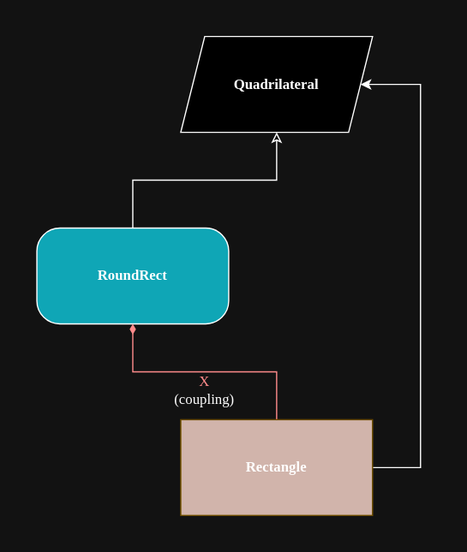
tobiasbriones/blog keeps this draw.io diagram as swe/design/cs/fp/java/canvasplay/removing-cycles-_-a-round-rectangle-is-not-a-quadrilateral-2023-12-19/product-types-are-not-orthogonal.svg. Above is the earlier version. Source tidied: cells renumbered, new cells last; positions are measured from the earlier drawing's top-left corner, leaving out a move shared by most shapes.
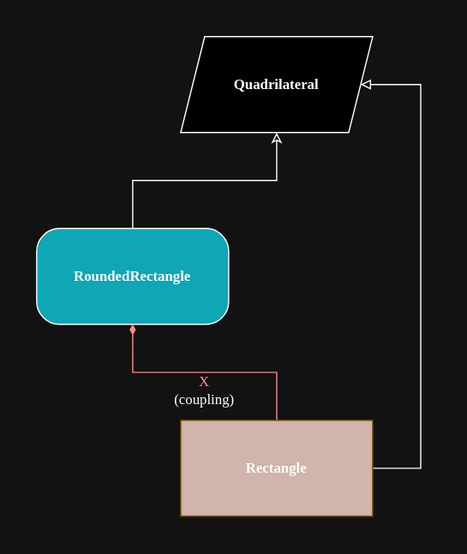
The same diagram one commit later.

Commit message:
Update product-types-are-not-orthogonal.svg with consistent names (RoundedRectangle) and fixed arrow type

Change to the diagram source:
```diff
@@ -14,7 +14,7 @@
     <mxCell id="5" style="edgeStyle=orthogonalEdgeStyle;rounded=0;jettySize=auto;html=1;entryX=0.5;entryY=1;entryDx=0;entryDy=0;endArrow=diamondThin;endFill=1;strokeColor=#D32F2F;" parent="1" edge="1" source="7" target="4">
       <mxGeometry relative="1" as="geometry" />
     </mxCell>
-    <mxCell id="6" style="edgeStyle=orthogonalEdgeStyle;rounded=0;jettySize=auto;html=1;entryX=1;entryY=0.5;entryDx=0;entryDy=0;" parent="1" edge="1" source="7" target="2">
+    <mxCell id="6" style="edgeStyle=orthogonalEdgeStyle;rounded=0;jettySize=auto;html=1;entryX=1;entryY=0.5;entryDx=0;entryDy=0;endArrow=block;endFill=0;" parent="1" edge="1" source="7" target="2">
       <mxGeometry relative="1" as="geometry">
         <Array as="points">
           <mxPoint x="320" y="360" />
@@ -28,8 +28,8 @@
     <mxCell id="8" value="Quadrilateral" style="text;html=1;strokeColor=none;fillColor=none;align=center;verticalAlign=middle;whiteSpace=wrap;rounded=0;fontFamily=Poppins;fontSource=https%3A%2F%2Ffonts.googleapis.com%2Fcss%3Ffamily%3DPoppins;fontStyle=1;" parent="1" vertex="1">
       <mxGeometry x="160" y="25" width="80" height="30" as="geometry" />
     </mxCell>
-    <mxCell id="9" value="RoundRect" style="text;html=1;strokeColor=none;fillColor=none;align=center;verticalAlign=middle;whiteSpace=wrap;rounded=0;fontFamily=Poppins;fontSource=https%3A%2F%2Ffonts.googleapis.com%2Fcss%3Ffamily%3DPoppins;fontStyle=1;" parent="1" vertex="1">
-      <mxGeometry x="50" y="185" width="60" height="30" as="geometry" />
+    <mxCell id="9" value="RoundedRectangle" style="text;html=1;strokeColor=none;fillColor=none;align=center;verticalAlign=middle;whiteSpace=wrap;rounded=0;fontFamily=Poppins;fontSource=https%3A%2F%2Ffonts.googleapis.com%2Fcss%3Ffamily%3DPoppins;fontStyle=1;" parent="1" vertex="1">
+      <mxGeometry x="20" y="185" width="120" height="30" as="geometry" />
     </mxCell>
     <mxCell id="10" value="Rectangle" style="text;html=1;strokeColor=none;fillColor=none;align=center;verticalAlign=middle;whiteSpace=wrap;rounded=0;fontFamily=Poppins;fontSource=https%3A%2F%2Ffonts.googleapis.com%2Fcss%3Ffamily%3DPoppins;fontStyle=1;" parent="1" vertex="1">
       <mxGeometry x="170" y="345" width="60" height="30" as="geometry" />
```
